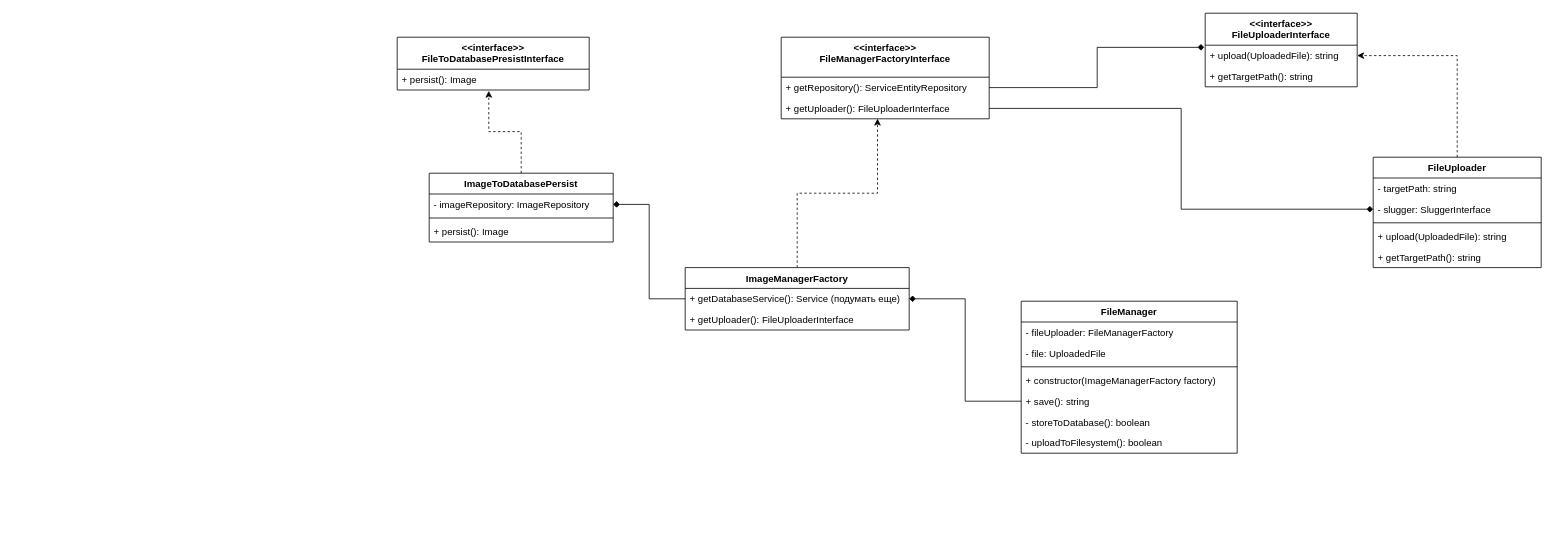
ilya372317/LMS-docker-pack keeps this draw.io diagram as page "Image control" (2 of 2) of UML.drawio. Above is the earlier version. Source tidied: cells renumbered, new cells numbered last; positions are measured from the earlier drawing's top-left corner, leaving out a move shared by most shapes. Both pictures are drawn from the tidied source at 80%, with x=0, y=0 at pixel (397, 13).
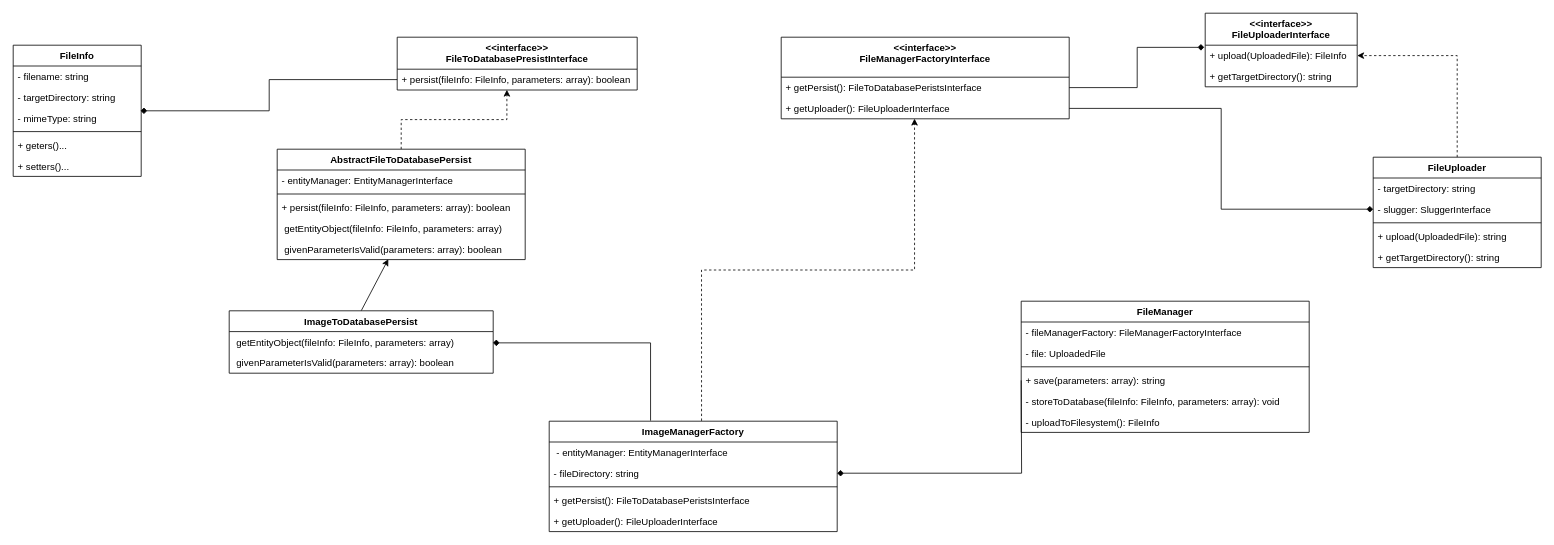
Above is the later version.

Commit message (it also covers changes not shown here):
compare diagram with existings class

The change refers to these unchanged cells:
```xml
<mxCell id="2" value="&lt;&lt;interface&gt;&gt;&#10;FileUploaderInterface" style="swimlane;fontStyle=1;align=center;verticalAlign=top;horizontal=1;startSize=40;" parent="1" vertex="1">
  <mxGeometry x="1010" width="190" height="92" as="geometry" />
</mxCell>
<mxCell id="6" value="FileUploader" style="swimlane;fontStyle=1;align=center;verticalAlign=top;horizontal=1;startSize=26;" parent="1" vertex="1">
  <mxGeometry x="1220" y="180" width="210" height="138" as="geometry" />
</mxCell>
```

What changed in the source:
```diff
@@
-    <mxCell id="3" value="+ upload(UploadedFile): string" style="text;strokeColor=none;fillColor=none;align=left;verticalAlign=top;spacingLeft=4;spacingRight=4;overflow=hidden;points=[[0,0.5],[1,0.5]];portConstraint=eastwest;" parent="2" vertex="1">
+    <mxCell id="3" value="+ upload(UploadedFile): FileInfo" style="text;strokeColor=none;fillColor=none;align=left;verticalAlign=top;spacingLeft=4;spacingRight=4;overflow=hidden;points=[[0,0.5],[1,0.5]];portConstraint=eastwest;" parent="2" vertex="1">
       <mxGeometry y="40" width="190" height="26" as="geometry" />
     </mxCell>
-    <mxCell id="4" value="+ getTargetPath(): string" style="text;strokeColor=none;fillColor=none;align=left;verticalAlign=top;spacingLeft=4;spacingRight=4;overflow=hidden;" parent="2" vertex="1">
+    <mxCell id="4" value="+ getTargetDirectory(): string" style="text;strokeColor=none;fillColor=none;align=left;verticalAlign=top;spacingLeft=4;spacingRight=4;overflow=hidden;" parent="2" vertex="1">
       <mxGeometry y="66" width="190" height="26" as="geometry" />
     </mxCell>
@@
-    <mxCell id="7" value="- targetPath: string" style="text;strokeColor=none;fillColor=none;align=left;verticalAlign=top;spacingLeft=4;spacingRight=4;overflow=hidden;" parent="6" vertex="1">
+    <mxCell id="7" value="- targetDirectory: string" style="text;strokeColor=none;fillColor=none;align=left;verticalAlign=top;spacingLeft=4;spacingRight=4;overflow=hidden;" parent="6" vertex="1">
       <mxGeometry y="26" width="210" height="26" as="geometry" />
     </mxCell>
@@
-    <mxCell id="11" value="+ getTargetPath(): string" style="text;strokeColor=none;fillColor=none;align=left;verticalAlign=top;spacingLeft=4;spacingRight=4;overflow=hidden;" parent="6" vertex="1">
+    <mxCell id="11" value="+ getTargetDirectory(): string" style="text;strokeColor=none;fillColor=none;align=left;verticalAlign=top;spacingLeft=4;spacingRight=4;overflow=hidden;" parent="6" vertex="1">
       <mxGeometry y="112" width="210" height="26" as="geometry" />
     </mxCell>
     <mxCell id="12" value="FileManager" style="swimlane;fontStyle=1;align=center;verticalAlign=top;horizontal=1;startSize=26;" parent="1" vertex="1">
-      <mxGeometry x="780" y="360" width="270" height="190" as="geometry" />
+      <mxGeometry x="780" y="360" width="360" height="164" as="geometry" />
     </mxCell>
-    <mxCell id="13" value="- fileUploader: FileManagerFactory" style="text;strokeColor=none;fillColor=none;align=left;verticalAlign=top;spacingLeft=4;spacingRight=4;overflow=hidden;" parent="12" vertex="1">
-      <mxGeometry y="26" width="270" height="26" as="geometry" />
+    <mxCell id="13" value="- fileManagerFactory: FileManagerFactoryInterface" style="text;strokeColor=none;fillColor=none;align=left;verticalAlign=top;spacingLeft=4;spacingRight=4;overflow=hidden;" parent="12" vertex="1">
+      <mxGeometry y="26" width="360" height="26" as="geometry" />
     </mxCell>
     <mxCell id="14" value="- file: UploadedFile" style="text;strokeColor=none;fillColor=none;align=left;verticalAlign=top;spacingLeft=4;spacingRight=4;overflow=hidden;" parent="12" vertex="1">
-      <mxGeometry y="52" width="270" height="26" as="geometry" />
+      <mxGeometry y="52" width="360" height="26" as="geometry" />
     </mxCell>
     <mxCell id="15" style="line;strokeWidth=1;fillColor=none;align=left;verticalAlign=middle;spacingTop=-1;spacingLeft=3;spacingRight=3;labelPosition=right;" parent="12" vertex="1">
-      <mxGeometry y="78" width="270" height="8" as="geometry" />
+      <mxGeometry y="78" width="360" height="8" as="geometry" />
     </mxCell>
-    <mxCell id="16" value="+ constructor(ImageManagerFactory factory)" style="text;strokeColor=none;fillColor=none;align=left;verticalAlign=top;spacingLeft=4;spacingRight=4;overflow=hidden;" parent="12" vertex="1">
-      <mxGeometry y="86" width="270" height="26" as="geometry" />
-    </mxCell>
-    <mxCell id="17" value="+ save(): string" style="text;strokeColor=none;fillColor=none;align=left;verticalAlign=top;spacingLeft=4;spacingRight=4;overflow=hidden;points=[[0,0.5],[1,0.5]];portConstraint=eastwest;" parent="12" vertex="1">
-      <mxGeometry y="112" width="270" height="26" as="geometry" />
+    <mxCell id="17" value="+ save(parameters: array): string" style="text;strokeColor=none;fillColor=none;align=left;verticalAlign=top;spacingLeft=4;spacingRight=4;overflow=hidden;points=[[0,0.5],[1,0.5]];portConstraint=eastwest;" parent="12" vertex="1">
+      <mxGeometry y="86" width="360" height="26" as="geometry" />
     </mxCell>
-    <mxCell id="18" value="- storeToDatabase(): boolean" style="text;strokeColor=none;fillColor=none;align=left;verticalAlign=top;spacingLeft=4;spacingRight=4;overflow=hidden;" parent="12" vertex="1">
-      <mxGeometry y="138" width="270" height="26" as="geometry" />
+    <mxCell id="18" value="- storeToDatabase(fileInfo: FileInfo, parameters: array): void" style="text;strokeColor=none;fillColor=none;align=left;verticalAlign=top;spacingLeft=4;spacingRight=4;overflow=hidden;" parent="12" vertex="1">
+      <mxGeometry y="112" width="360" height="26" as="geometry" />
     </mxCell>
-    <mxCell id="19" value="- uploadToFilesystem(): boolean" style="text;strokeColor=none;fillColor=none;align=left;verticalAlign=top;spacingLeft=4;spacingRight=4;overflow=hidden;" parent="12" vertex="1">
-      <mxGeometry y="164" width="270" height="26" as="geometry" />
+    <mxCell id="19" value="- uploadToFilesystem(): FileInfo" style="text;strokeColor=none;fillColor=none;align=left;verticalAlign=top;spacingLeft=4;spacingRight=4;overflow=hidden;" parent="12" vertex="1">
+      <mxGeometry y="138" width="360" height="26" as="geometry" />
     </mxCell>
     <mxCell id="20" value="&lt;&lt;interface&gt;&gt;&#10;FileManagerFactoryInterface" style="swimlane;fontStyle=1;align=center;verticalAlign=top;horizontal=1;startSize=50;" parent="1" vertex="1">
-      <mxGeometry x="480" y="30" width="260" height="102" as="geometry" />
+      <mxGeometry x="480" y="30" width="360" height="102" as="geometry" />
     </mxCell>
-    <mxCell id="21" value="+ getRepository(): ServiceEntityRepository" style="text;strokeColor=none;fillColor=none;align=left;verticalAlign=top;spacingLeft=4;spacingRight=4;overflow=hidden;points=[[0,0.5],[1,0.5]];portConstraint=eastwest;" parent="20" vertex="1">
-      <mxGeometry y="50" width="260" height="26" as="geometry" />
+    <mxCell id="21" value="+ getPersist(): FileToDatabasePeristsInterface" style="text;strokeColor=none;fillColor=none;align=left;verticalAlign=top;spacingLeft=4;spacingRight=4;overflow=hidden;points=[[0,0.5],[1,0.5]];portConstraint=eastwest;" parent="20" vertex="1">
+      <mxGeometry y="50" width="360" height="26" as="geometry" />
     </mxCell>
     <mxCell id="22" value="+ getUploader(): FileUploaderInterface" style="text;strokeColor=none;fillColor=none;align=left;verticalAlign=top;spacingLeft=4;spacingRight=4;overflow=hidden;points=[[0,0.5],[1,0.5]];portConstraint=eastwest;" parent="20" vertex="1">
-      <mxGeometry y="76" width="260" height="26" as="geometry" />
+      <mxGeometry y="76" width="360" height="26" as="geometry" />
     </mxCell>
-    <mxCell id="23" style="edgeStyle=orthogonalEdgeStyle;rounded=0;jettySize=auto;html=1;exitX=0.5;exitY=0;exitDx=0;exitDy=0;entryX=0.463;entryY=0.994;entryDx=0;entryDy=0;entryPerimeter=0;endArrow=classic;endFill=1;dashed=1;" parent="1" edge="1" source="24" target="22">
+    <mxCell id="23" style="edgeStyle=orthogonalEdgeStyle;rounded=0;jettySize=auto;html=1;exitX=0.529;exitY=-0.003;exitDx=0;exitDy=0;entryX=0.463;entryY=0.994;entryDx=0;entryDy=0;entryPerimeter=0;endArrow=classic;endFill=1;dashed=1;exitPerimeter=0;" parent="1" edge="1" source="24" target="22">
       <mxGeometry relative="1" as="geometry" />
     </mxCell>
-    <mxCell id="24" value="ImageManagerFactory" style="swimlane;fontStyle=1;align=center;verticalAlign=top;horizontal=1;startSize=26;" parent="1" vertex="1">
-      <mxGeometry x="360" y="318" width="280" height="78" as="geometry" />
-    </mxCell>
-    <mxCell id="25" value="+ getDatabaseService(): Service (подумать еще)" style="text;strokeColor=none;fillColor=none;align=left;verticalAlign=top;spacingLeft=4;spacingRight=4;overflow=hidden;points=[[0,0.5],[1,0.5]];portConstraint=eastwest;" parent="24" vertex="1">
-      <mxGeometry y="26" width="280" height="26" as="geometry" />
-    </mxCell>
-    <mxCell id="26" value="+ getUploader(): FileUploaderInterface" style="text;strokeColor=none;fillColor=none;align=left;verticalAlign=top;spacingLeft=4;spacingRight=4;overflow=hidden;" parent="24" vertex="1">
-      <mxGeometry y="52" width="280" height="26" as="geometry" />
-    </mxCell>
-    <mxCell id="27" style="edgeStyle=orthogonalEdgeStyle;rounded=0;jettySize=auto;html=1;exitX=0;exitY=0.5;exitDx=0;exitDy=0;endArrow=diamond;endFill=1;entryX=1;entryY=0.5;entryDx=0;entryDy=0;" parent="1" edge="1" source="17" target="25">
-      <mxGeometry relative="1" as="geometry" />
-    </mxCell>
@@
     <mxCell id="30" value="&lt;&lt;interface&gt;&gt;&#10;FileToDatabasePresistInterface&#10;" style="swimlane;fontStyle=1;align=center;verticalAlign=top;horizontal=1;startSize=40;" parent="1" vertex="1">
-      <mxGeometry y="30" width="240" height="66" as="geometry" />
+      <mxGeometry y="30" width="300" height="66" as="geometry" />
     </mxCell>
-    <mxCell id="31" value="+ persist(): Image" style="text;strokeColor=none;fillColor=none;align=left;verticalAlign=top;spacingLeft=4;spacingRight=4;overflow=hidden;points=[[0,0.5],[1,0.5]];portConstraint=eastwest;" parent="30" vertex="1">
-      <mxGeometry y="40" width="240" height="26" as="geometry" />
+    <mxCell id="31" value="+ persist(fileInfo: FileInfo, parameters: array): boolean" style="text;strokeColor=none;fillColor=none;align=left;verticalAlign=top;spacingLeft=4;spacingRight=4;overflow=hidden;points=[[0,0.5],[1,0.5]];portConstraint=eastwest;" parent="30" vertex="1">
+      <mxGeometry y="40" width="300" height="26" as="geometry" />
     </mxCell>
-    <mxCell id="32" style="edgeStyle=orthogonalEdgeStyle;rounded=0;jettySize=auto;html=1;entryX=0.477;entryY=1.04;entryDx=0;entryDy=0;entryPerimeter=0;dashed=1;" parent="1" edge="1" source="33" target="31">
-      <mxGeometry relative="1" as="geometry" />
-    </mxCell>
+    <mxCell id="38" style="rounded=0;jettySize=auto;html=1;exitX=0.5;exitY=0;exitDx=0;exitDy=0;entryX=0.448;entryY=0.979;entryDx=0;entryDy=0;entryPerimeter=0;endArrow=classic;endFill=1;" parent="1" edge="1" source="33" target="60">
+      <mxGeometry relative="1" as="geometry" />
+    </mxCell>
     <mxCell id="33" value="ImageToDatabasePersist" style="swimlane;fontStyle=1;align=center;verticalAlign=top;horizontal=1;startSize=26;" parent="1" vertex="1">
-      <mxGeometry x="40" y="200" width="230" height="86" as="geometry" />
+      <mxGeometry x="-210" y="372" width="330" height="78" as="geometry" />
     </mxCell>
-    <mxCell id="34" value="- imageRepository: ImageRepository" style="text;strokeColor=none;fillColor=none;align=left;verticalAlign=top;spacingLeft=4;spacingRight=4;overflow=hidden;points=[[0,0.5],[1,0.5]];portConstraint=eastwest;" parent="33" vertex="1">
-      <mxGeometry y="26" width="230" height="26" as="geometry" />
-    </mxCell>
-    <mxCell id="35" style="line;strokeWidth=1;fillColor=none;align=left;verticalAlign=middle;spacingTop=-1;spacingLeft=3;spacingRight=3;labelPosition=right;" parent="33" vertex="1">
-      <mxGeometry y="52" width="230" height="8" as="geometry" />
-    </mxCell>
-    <mxCell id="36" value="+ persist(): Image" style="text;strokeColor=none;fillColor=none;align=left;verticalAlign=top;spacingLeft=4;spacingRight=4;overflow=hidden;" parent="33" vertex="1">
-      <mxGeometry y="60" width="230" height="26" as="geometry" />
-    </mxCell>
+    <mxCell id="39" value=" getEntityObject(fileInfo: FileInfo, parameters: array)" style="text;strokeColor=none;fillColor=none;align=left;verticalAlign=top;spacingLeft=4;spacingRight=4;overflow=hidden;points=[[0,0.5],[1,0.5]];portConstraint=eastwest;" parent="33" vertex="1">
+      <mxGeometry y="26" width="330" height="26" as="geometry" />
+    </mxCell>
+    <mxCell id="40" value=" givenParameterIsValid(parameters: array): boolean" style="text;strokeColor=none;fillColor=none;align=left;verticalAlign=top;spacingLeft=4;spacingRight=4;overflow=hidden;" parent="33" vertex="1">
+      <mxGeometry y="52" width="330" height="26" as="geometry" />
+    </mxCell>
-    <mxCell id="37" style="edgeStyle=orthogonalEdgeStyle;rounded=0;jettySize=auto;html=1;exitX=0;exitY=0.5;exitDx=0;exitDy=0;entryX=1;entryY=0.5;entryDx=0;entryDy=0;endArrow=diamond;endFill=1;" parent="1" edge="1" source="25" target="34">
+    <mxCell id="37" style="edgeStyle=orthogonalEdgeStyle;rounded=0;jettySize=auto;html=1;entryX=0.999;entryY=0.542;entryDx=0;entryDy=0;endArrow=diamond;endFill=1;exitX=0.352;exitY=-0.005;exitDx=0;exitDy=0;exitPerimeter=0;entryPerimeter=0;" parent="1" edge="1" source="24" target="39">
       <mxGeometry relative="1" as="geometry" />
     </mxCell>
+    <mxCell id="41" style="edgeStyle=orthogonalEdgeStyle;rounded=0;jettySize=auto;html=1;exitX=0;exitY=0.5;exitDx=0;exitDy=0;entryX=1;entryY=0.5;entryDx=0;entryDy=0;endArrow=diamond;endFill=1;" parent="1" edge="1" target="51">
+      <mxGeometry relative="1" as="geometry">
+        <mxPoint x="780" y="459" as="sourcePoint" />
+      </mxGeometry>
+    </mxCell>
+    <mxCell id="42" value="FileInfo" style="swimlane;fontStyle=1;align=center;verticalAlign=top;horizontal=1;startSize=26;" parent="1" vertex="1">
+      <mxGeometry x="-480" y="40" width="160" height="164" as="geometry" />
+    </mxCell>
+    <mxCell id="43" value="- filename: string " style="text;strokeColor=none;fillColor=none;align=left;verticalAlign=top;spacingLeft=4;spacingRight=4;overflow=hidden;" parent="42" vertex="1">
+      <mxGeometry y="26" width="160" height="26" as="geometry" />
+    </mxCell>
+    <mxCell id="44" value="- targetDirectory: string " style="text;strokeColor=none;fillColor=none;align=left;verticalAlign=top;spacingLeft=4;spacingRight=4;overflow=hidden;" parent="42" vertex="1">
+      <mxGeometry y="52" width="160" height="26" as="geometry" />
+    </mxCell>
+    <mxCell id="45" value="- mimeType: string" style="text;strokeColor=none;fillColor=none;align=left;verticalAlign=top;spacingLeft=4;spacingRight=4;overflow=hidden;points=[[0,0.5],[1,0.5]];portConstraint=eastwest;" parent="42" vertex="1">
+      <mxGeometry y="78" width="160" height="26" as="geometry" />
+    </mxCell>
+    <mxCell id="46" style="line;strokeWidth=1;fillColor=none;align=left;verticalAlign=middle;spacingTop=-1;spacingLeft=3;spacingRight=3;labelPosition=right;" parent="42" vertex="1">
+      <mxGeometry y="104" width="160" height="8" as="geometry" />
+    </mxCell>
+    <mxCell id="47" value="+ geters()..." style="text;strokeColor=none;fillColor=none;align=left;verticalAlign=top;spacingLeft=4;spacingRight=4;overflow=hidden;" parent="42" vertex="1">
+      <mxGeometry y="112" width="160" height="26" as="geometry" />
+    </mxCell>
+    <mxCell id="48" value="+ setters()..." style="text;strokeColor=none;fillColor=none;align=left;verticalAlign=top;spacingLeft=4;spacingRight=4;overflow=hidden;" parent="42" vertex="1">
+      <mxGeometry y="138" width="160" height="26" as="geometry" />
+    </mxCell>
+    <mxCell id="49" style="edgeStyle=orthogonalEdgeStyle;rounded=0;jettySize=auto;html=1;exitX=0;exitY=0.5;exitDx=0;exitDy=0;entryX=0.995;entryY=0.154;entryDx=0;entryDy=0;entryPerimeter=0;endArrow=diamond;endFill=1;" parent="1" edge="1" source="31" target="45">
+      <mxGeometry relative="1" as="geometry" />
+    </mxCell>
+    <mxCell id="24" value="ImageManagerFactory" style="swimlane;fontStyle=1;align=center;verticalAlign=top;horizontal=1;startSize=26;" parent="1" vertex="1">
+      <mxGeometry x="190" y="510" width="360" height="138" as="geometry" />
+    </mxCell>
+    <mxCell id="50" value=" - entityManager: EntityManagerInterface" style="text;strokeColor=none;fillColor=none;align=left;verticalAlign=top;spacingLeft=4;spacingRight=4;overflow=hidden;" parent="24" vertex="1">
+      <mxGeometry y="26" width="360" height="26" as="geometry" />
+    </mxCell>
+    <mxCell id="51" value="- fileDirectory: string" style="text;strokeColor=none;fillColor=none;align=left;verticalAlign=top;spacingLeft=4;spacingRight=4;overflow=hidden;points=[[0,0.5],[1,0.5]];portConstraint=eastwest;" parent="24" vertex="1">
+      <mxGeometry y="52" width="360" height="26" as="geometry" />
+    </mxCell>
+    <mxCell id="52" style="line;strokeWidth=1;fillColor=none;align=left;verticalAlign=middle;spacingTop=-1;spacingLeft=3;spacingRight=3;labelPosition=right;" parent="24" vertex="1">
+      <mxGeometry y="78" width="360" height="8" as="geometry" />
+    </mxCell>
+    <mxCell id="53" value="+ getPersist(): FileToDatabasePeristsInterface" style="text;strokeColor=none;fillColor=none;align=left;verticalAlign=top;spacingLeft=4;spacingRight=4;overflow=hidden;" parent="24" vertex="1">
+      <mxGeometry y="86" width="360" height="26" as="geometry" />
+    </mxCell>
+    <mxCell id="26" value="+ getUploader(): FileUploaderInterface" style="text;strokeColor=none;fillColor=none;align=left;verticalAlign=top;spacingLeft=4;spacingRight=4;overflow=hidden;" parent="24" vertex="1">
+      <mxGeometry y="112" width="360" height="26" as="geometry" />
+    </mxCell>
+    <mxCell id="54" style="edgeStyle=orthogonalEdgeStyle;rounded=0;jettySize=auto;html=1;exitX=0.5;exitY=0;exitDx=0;exitDy=0;entryX=0.457;entryY=0.989;entryDx=0;entryDy=0;entryPerimeter=0;endArrow=classic;endFill=1;dashed=1;" parent="1" edge="1" source="55" target="31">
+      <mxGeometry relative="1" as="geometry" />
+    </mxCell>
+    <mxCell id="55" value="AbstractFileToDatabasePersist" style="swimlane;fontStyle=1;align=center;verticalAlign=top;horizontal=1;startSize=26;" parent="1" vertex="1">
+      <mxGeometry x="-150" y="170" width="310" height="138" as="geometry" />
+    </mxCell>
+    <mxCell id="56" value="- entityManager: EntityManagerInterface" style="text;strokeColor=none;fillColor=none;align=left;verticalAlign=top;spacingLeft=4;spacingRight=4;overflow=hidden;" parent="55" vertex="1">
+      <mxGeometry y="26" width="310" height="26" as="geometry" />
+    </mxCell>
+    <mxCell id="57" style="line;strokeWidth=1;fillColor=none;align=left;verticalAlign=middle;spacingTop=-1;spacingLeft=3;spacingRight=3;labelPosition=right;" parent="55" vertex="1">
+      <mxGeometry y="52" width="310" height="8" as="geometry" />
+    </mxCell>
+    <mxCell id="58" value="+ persist(fileInfo: FileInfo, parameters: array): boolean" style="text;strokeColor=none;fillColor=none;align=left;verticalAlign=top;spacingLeft=4;spacingRight=4;overflow=hidden;" parent="55" vertex="1">
+      <mxGeometry y="60" width="310" height="26" as="geometry" />
+    </mxCell>
+    <mxCell id="59" value=" getEntityObject(fileInfo: FileInfo, parameters: array)" style="text;strokeColor=none;fillColor=none;align=left;verticalAlign=top;spacingLeft=4;spacingRight=4;overflow=hidden;" parent="55" vertex="1">
+      <mxGeometry y="86" width="310" height="26" as="geometry" />
+    </mxCell>
+    <mxCell id="60" value=" givenParameterIsValid(parameters: array): boolean" style="text;strokeColor=none;fillColor=none;align=left;verticalAlign=top;spacingLeft=4;spacingRight=4;overflow=hidden;points=[[0,0.5],[1,0.5]];portConstraint=eastwest;" parent="55" vertex="1">
+      <mxGeometry y="112" width="310" height="26" as="geometry" />
+    </mxCell>
```
